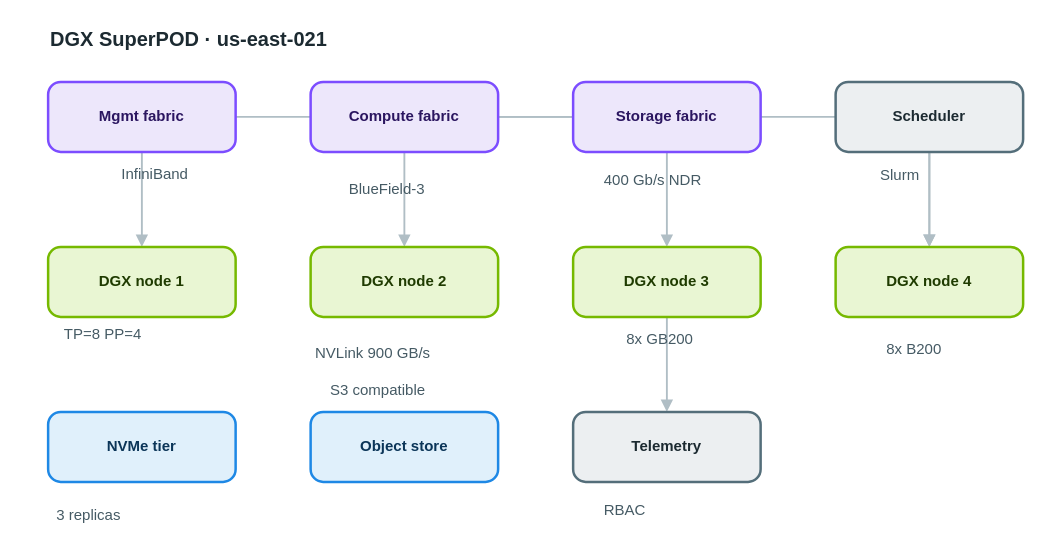
AryanG01/open-apprentice keeps this draw.io diagram as apps/web/public/samples/library/021-dgx-superpod.drawio. Above is the earlier version. Source tidied: cells renumbered, new cells numbered last; positions are measured from the earlier drawing's top-left corner, leaving out a move shared by most shapes. Both pictures are drawn from the tidied source at 125%, with x=0, y=0 at pixel (48, 21).
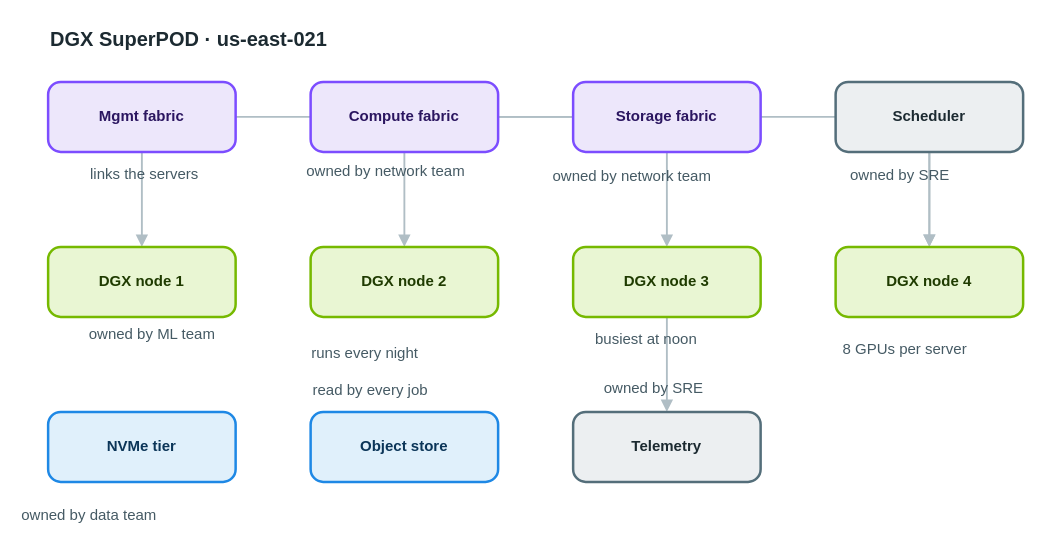
The same page after the edit.

Diff of the diagram source:
```diff
@@
-    <mxCell id="20" value="InfiniBand" style="text;html=1;align=left;verticalAlign=top;whiteSpace=nowrap;spacing=0;spacingTop=0;strokeColor=none;fillColor=none;fontSize=12;fontColor=#455a64;" parent="1" vertex="1">
-      <mxGeometry x="59" y="110" width="82" height="20" as="geometry" />
+    <mxCell id="20" value="links the servers" style="text;html=1;align=left;verticalAlign=top;whiteSpace=nowrap;spacing=0;spacingTop=0;strokeColor=none;fillColor=none;fontSize=12;fontColor=#455a64;" parent="1" vertex="1">
+      <mxGeometry x="34" y="110" width="131" height="20" as="geometry" />
     </mxCell>
-    <mxCell id="21" value="BlueField-3" style="text;html=1;align=left;verticalAlign=top;whiteSpace=nowrap;spacing=0;spacingTop=0;strokeColor=none;fillColor=none;fontSize=12;fontColor=#455a64;" parent="1" vertex="1">
-      <mxGeometry x="241" y="122" width="89" height="20" as="geometry" />
+    <mxCell id="21" value="owned by network team" style="text;html=1;align=left;verticalAlign=top;whiteSpace=nowrap;spacing=0;spacingTop=0;strokeColor=none;fillColor=none;fontSize=12;fontColor=#455a64;" parent="1" vertex="1">
+      <mxGeometry x="207" y="108" width="159" height="20" as="geometry" />
     </mxCell>
-    <mxCell id="22" value="400 Gb/s NDR" style="text;html=1;align=left;verticalAlign=top;whiteSpace=nowrap;spacing=0;spacingTop=0;strokeColor=none;fillColor=none;fontSize=12;fontColor=#455a64;" parent="1" vertex="1">
-      <mxGeometry x="445" y="115" width="96" height="20" as="geometry" />
+    <mxCell id="22" value="owned by network team" style="text;html=1;align=left;verticalAlign=top;whiteSpace=nowrap;spacing=0;spacingTop=0;strokeColor=none;fillColor=none;fontSize=12;fontColor=#455a64;" parent="1" vertex="1">
+      <mxGeometry x="404" y="112" width="159" height="20" as="geometry" />
     </mxCell>
-    <mxCell id="23" value="TP=8 PP=4" style="text;html=1;align=left;verticalAlign=top;whiteSpace=nowrap;spacing=0;spacingTop=0;strokeColor=none;fillColor=none;fontSize=12;fontColor=#455a64;" parent="1" vertex="1">
-      <mxGeometry x="13" y="238" width="75" height="20" as="geometry" />
+    <mxCell id="23" value="owned by ML team" style="text;html=1;align=left;verticalAlign=top;whiteSpace=nowrap;spacing=0;spacingTop=0;strokeColor=none;fillColor=none;fontSize=12;fontColor=#455a64;" parent="1" vertex="1">
+      <mxGeometry x="33" y="238" width="124" height="20" as="geometry" />
     </mxCell>
-    <mxCell id="24" value="NVLink 900 GB/s" style="text;html=1;align=left;verticalAlign=top;whiteSpace=nowrap;spacing=0;spacingTop=0;strokeColor=none;fillColor=none;fontSize=12;fontColor=#455a64;" parent="1" vertex="1">
-      <mxGeometry x="214" y="253" width="117" height="20" as="geometry" />
+    <mxCell id="24" value="runs every night" style="text;html=1;align=left;verticalAlign=top;whiteSpace=nowrap;spacing=0;spacingTop=0;strokeColor=none;fillColor=none;fontSize=12;fontColor=#455a64;" parent="1" vertex="1">
+      <mxGeometry x="211" y="253" width="124" height="20" as="geometry" />
     </mxCell>
-    <mxCell id="25" value="8x GB200" style="text;html=1;align=left;verticalAlign=top;whiteSpace=nowrap;spacing=0;spacingTop=0;strokeColor=none;fillColor=none;fontSize=12;fontColor=#455a64;" parent="1" vertex="1">
-      <mxGeometry x="463" y="242" width="68" height="20" as="geometry" />
+    <mxCell id="25" value="busiest at noon" style="text;html=1;align=left;verticalAlign=top;whiteSpace=nowrap;spacing=0;spacingTop=0;strokeColor=none;fillColor=none;fontSize=12;fontColor=#455a64;" parent="1" vertex="1">
+      <mxGeometry x="438" y="242" width="117" height="20" as="geometry" />
     </mxCell>
-    <mxCell id="26" value="8x B200" style="text;html=1;align=left;verticalAlign=top;whiteSpace=nowrap;spacing=0;spacingTop=0;strokeColor=none;fillColor=none;fontSize=12;fontColor=#455a64;" parent="1" vertex="1">
-      <mxGeometry x="671" y="250" width="61" height="20" as="geometry" />
+    <mxCell id="26" value="8 GPUs per server" style="text;html=1;align=left;verticalAlign=top;whiteSpace=nowrap;spacing=0;spacingTop=0;strokeColor=none;fillColor=none;fontSize=12;fontColor=#455a64;" parent="1" vertex="1">
+      <mxGeometry x="636" y="250" width="131" height="20" as="geometry" />
     </mxCell>
-    <mxCell id="27" value="3 replicas" style="text;html=1;align=left;verticalAlign=top;whiteSpace=nowrap;spacing=0;spacingTop=0;strokeColor=none;fillColor=none;fontSize=12;fontColor=#455a64;" parent="1" vertex="1">
-      <mxGeometry x="7" y="383" width="82" height="20" as="geometry" />
+    <mxCell id="27" value="owned by data team" style="text;html=1;align=left;verticalAlign=top;whiteSpace=nowrap;spacing=0;spacingTop=0;strokeColor=none;fillColor=none;fontSize=12;fontColor=#455a64;" parent="1" vertex="1">
+      <mxGeometry x="-21" y="383" width="138" height="20" as="geometry" />
     </mxCell>
-    <mxCell id="28" value="S3 compatible" style="text;html=1;align=left;verticalAlign=top;whiteSpace=nowrap;spacing=0;spacingTop=0;strokeColor=none;fillColor=none;fontSize=12;fontColor=#455a64;" parent="1" vertex="1">
-      <mxGeometry x="226" y="283" width="103" height="20" as="geometry" />
+    <mxCell id="28" value="read by every job" style="text;html=1;align=left;verticalAlign=top;whiteSpace=nowrap;spacing=0;spacingTop=0;strokeColor=none;fillColor=none;fontSize=12;fontColor=#455a64;" parent="1" vertex="1">
+      <mxGeometry x="212" y="283" width="131" height="20" as="geometry" />
     </mxCell>
-    <mxCell id="29" value="Slurm" style="text;html=1;align=left;verticalAlign=top;whiteSpace=nowrap;spacing=0;spacingTop=0;strokeColor=none;fillColor=none;fontSize=12;fontColor=#455a64;" parent="1" vertex="1">
-      <mxGeometry x="666" y="111" width="47" height="20" as="geometry" />
+    <mxCell id="29" value="owned by SRE" style="text;html=1;align=left;verticalAlign=top;whiteSpace=nowrap;spacing=0;spacingTop=0;strokeColor=none;fillColor=none;fontSize=12;fontColor=#455a64;" parent="1" vertex="1">
+      <mxGeometry x="642" y="111" width="96" height="20" as="geometry" />
     </mxCell>
-    <mxCell id="30" value="RBAC" style="text;html=1;align=left;verticalAlign=top;whiteSpace=nowrap;spacing=0;spacingTop=0;strokeColor=none;fillColor=none;fontSize=12;fontColor=#455a64;" parent="1" vertex="1">
-      <mxGeometry x="445" y="379" width="40" height="20" as="geometry" />
+    <mxCell id="30" value="owned by SRE" style="text;html=1;align=left;verticalAlign=top;whiteSpace=nowrap;spacing=0;spacingTop=0;strokeColor=none;fillColor=none;fontSize=12;fontColor=#455a64;" parent="1" vertex="1">
+      <mxGeometry x="445" y="281" width="96" height="20" as="geometry" />
     </mxCell>
```
